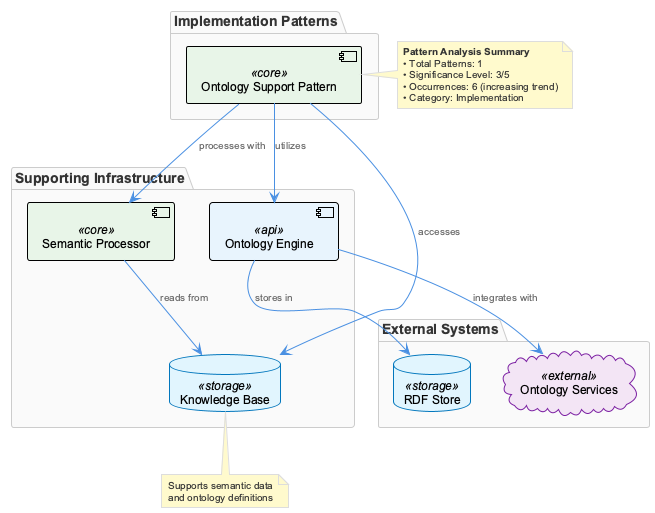
Before: knowledge-management/insights/images/ontology-support-pattern-architecture.png, a diagram exported from PlantUML (fwornle/coding). The source it was exported from:
```plantuml
@startuml
!include /Users/q284340/Agentic/coding/docs/puml/_standard-style.puml

!define DIRECTION top to bottom direction

package "Implementation Patterns" {
    component "Ontology Support Pattern" as osp <<core>>
}

package "Supporting Infrastructure" {
    database "Knowledge Base" as kb <<storage>>
    component "Ontology Engine" as oe <<api>>
    component "Semantic Processor" as sp <<core>>
}

package "External Systems" {
    cloud "Ontology Services" as os <<external>>
    database "RDF Store" as rdf <<storage>>
}

osp --> oe : "utilizes"
osp --> sp : "processes with"
osp --> kb : "accesses"

oe --> rdf : "stores in"
oe --> os : "integrates with"
sp --> kb : "reads from"

note right of osp
  **Pattern Analysis Summary**
  • Total Patterns: 1
  • Significance Level: 3/5
  • Occurrences: 6 (increasing trend)
  • Category: Implementation
end note

note bottom of kb
  Supports semantic data
  and ontology definitions
end note

@enduml
```
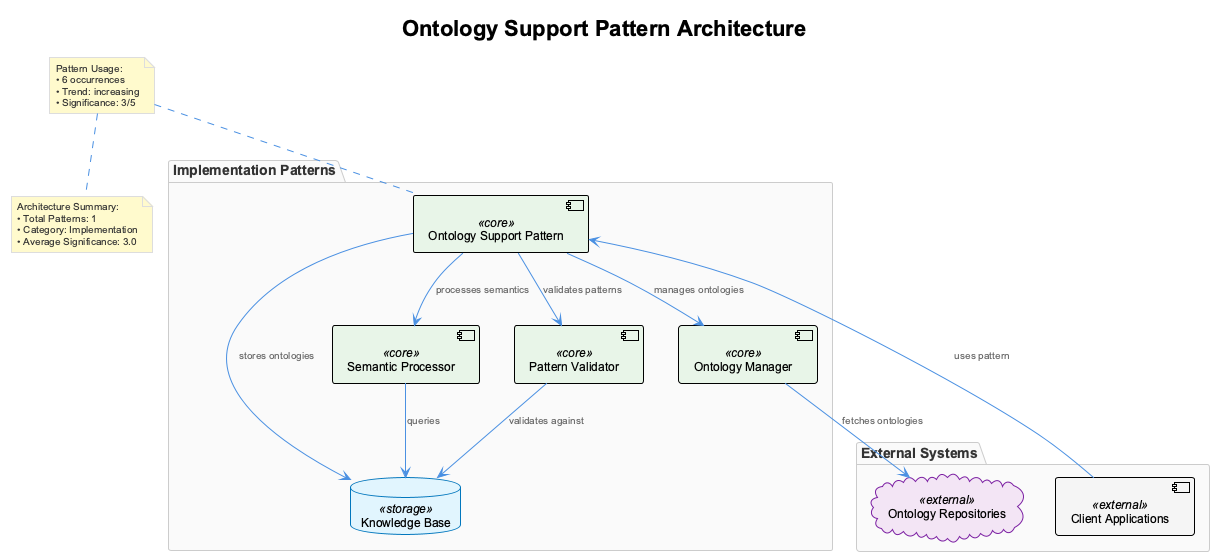
The same file after the commit.

Change to the diagram source:
```diff
@@ -1,42 +1,35 @@
 @startuml
 !include /Users/q284340/Agentic/coding/docs/puml/_standard-style.puml
 
-!define DIRECTION top to bottom direction
+title Ontology Support Pattern Architecture
 
 package "Implementation Patterns" {
     component "Ontology Support Pattern" as osp <<core>>
-}
 
-package "Supporting Infrastructure" {
     database "Knowledge Base" as kb <<storage>>
-    component "Ontology Engine" as oe <<api>>
     component "Semantic Processor" as sp <<core>>
+    component "Ontology Manager" as om <<core>>
+    component "Pattern Validator" as pv <<core>>
 }
 
 package "External Systems" {
-    cloud "Ontology Services" as os <<external>>
-    database "RDF Store" as rdf <<storage>>
+    cloud "Ontology Repositories" as repos <<external>>
+    component "Client Applications" as clients <<external>>
 }
 
-osp --> oe : "utilizes"
-osp --> sp : "processes with"
-osp --> kb : "accesses"
+osp --> kb : "stores ontologies"
+osp --> sp : "processes semantics"
+osp --> om : "manages ontologies"
+osp --> pv : "validates patterns"
 
-oe --> rdf : "stores in"
-oe --> os : "integrates with"
-sp --> kb : "reads from"
+om --> repos : "fetches ontologies"
+clients --> osp : "uses pattern"
 
-note right of osp
-  **Pattern Analysis Summary**
-  • Total Patterns: 1
-  • Significance Level: 3/5
-  • Occurrences: 6 (increasing trend)
-  • Category: Implementation
-end note
+sp --> kb : "queries"
+pv --> kb : "validates against"
 
-note bottom of kb
-  Supports semantic data
-  and ontology definitions
-end note
+note top of osp : Pattern Usage:\n• 6 occurrences\n• Trend: increasing\n• Significance: 3/5
+
+note bottom : Architecture Summary:\n• Total Patterns: 1\n• Category: Implementation\n• Average Significance: 3.0
 
 @enduml
```
